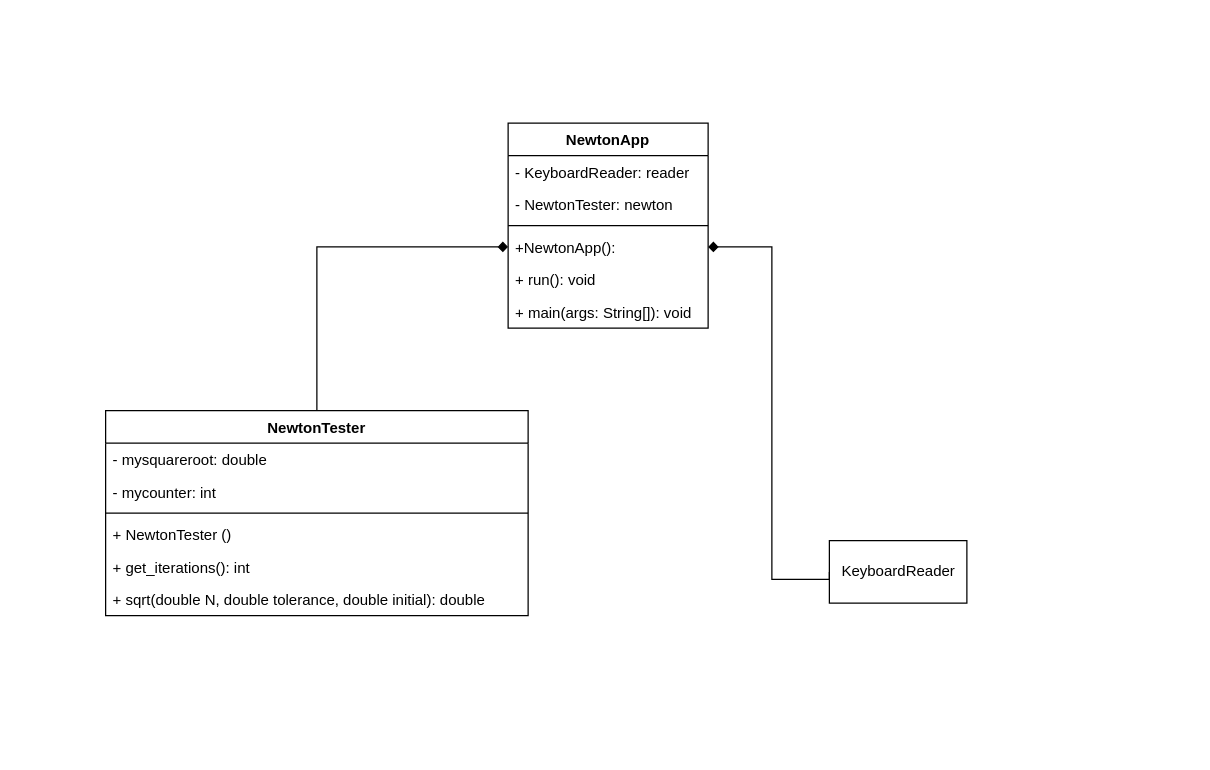
The draw.io diagram page "A3_NewtonApp" (5 of 10) of ENSF592.drawio in michaelah19/UMLDiagrams, before the edit. Source tidied: cells renumbered, new cells numbered last; positions are measured from the earlier drawing's top-left corner, leaving out a move shared by most shapes. Both pictures are drawn from the tidied source at 125%, with x=0, y=0 at pixel (105, 122).
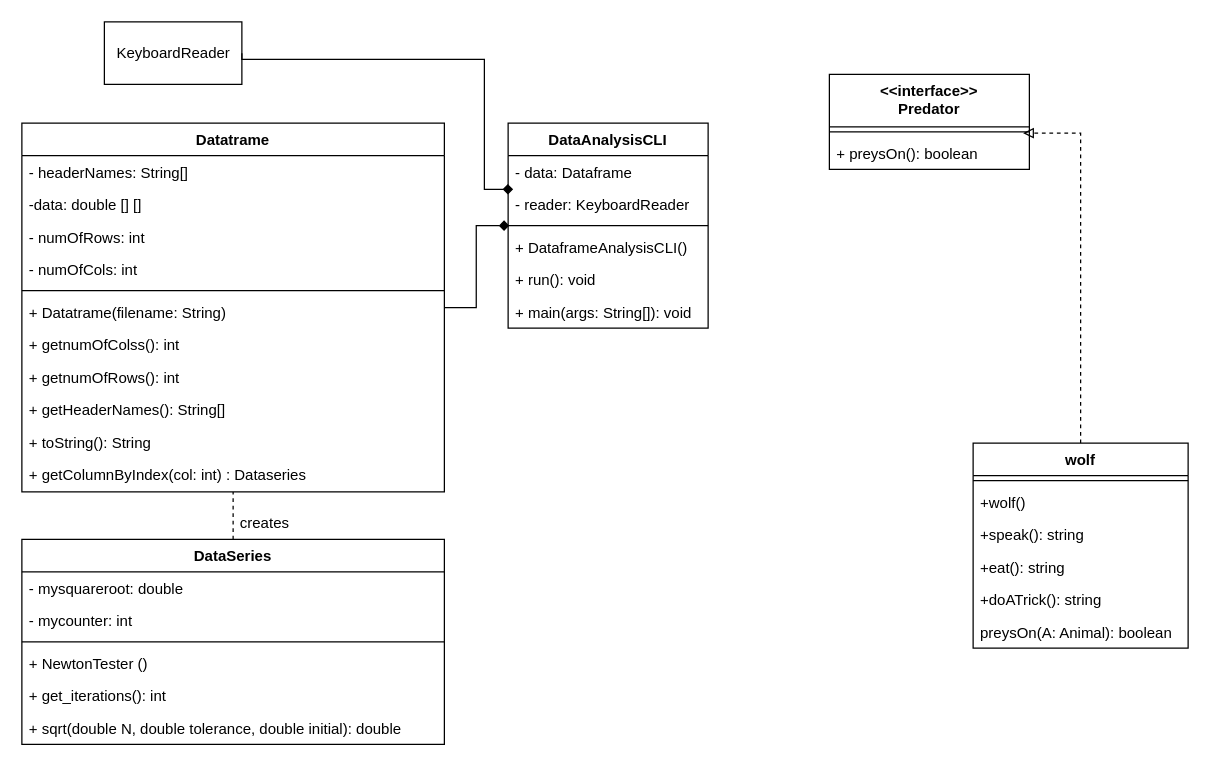
The same page after the edit.

The change refers to these unchanged cells:
```xml
<mxCell id="6" style="line;strokeWidth=1;fillColor=none;align=left;verticalAlign=middle;spacingTop=-1;spacingLeft=3;spacingRight=3;labelPosition=right;points=[];portConstraint=eastwest;" parent="3" vertex="1">
  <mxGeometry y="78" width="160" height="8" as="geometry" />
</mxCell>
```

What changed in the source:
```diff
@@
-    <mxCell id="2" value="KeyboardReader" style="html=1;" parent="1" vertex="1">
-      <mxGeometry x="579" y="334" width="110" height="50" as="geometry" />
+    <mxCell id="2" value="KeyboardReader" style="html=1;direction=west;" parent="1" vertex="1">
+      <mxGeometry x="-1" y="-81" width="110" height="50" as="geometry" />
     </mxCell>
-    <mxCell id="3" value="NewtonApp" style="swimlane;fontStyle=1;align=center;verticalAlign=top;horizontal=1;startSize=26;" parent="1" vertex="1">
+    <mxCell id="3" value="DataAnalysisCLI" style="swimlane;fontStyle=1;align=center;verticalAlign=top;horizontal=1;startSize=26;" parent="1" vertex="1">
       <mxGeometry x="322" width="160" height="164" as="geometry" />
     </mxCell>
-    <mxCell id="4" value="- KeyboardReader: reader&#10;" style="text;strokeColor=none;fillColor=none;align=left;verticalAlign=top;spacingLeft=4;spacingRight=4;overflow=hidden;" parent="3" vertex="1">
+    <mxCell id="4" value="- data: Dataframe" style="text;strokeColor=none;fillColor=none;align=left;verticalAlign=top;spacingLeft=4;spacingRight=4;overflow=hidden;" parent="3" vertex="1">
       <mxGeometry y="26" width="160" height="26" as="geometry" />
     </mxCell>
-    <mxCell id="5" value="- NewtonTester: newton" style="text;strokeColor=none;fillColor=none;align=left;verticalAlign=top;spacingLeft=4;spacingRight=4;overflow=hidden;points=[[0,0.5],[1,0.5]];portConstraint=eastwest;" parent="3" vertex="1">
+    <mxCell id="5" value="- reader: KeyboardReader" style="text;strokeColor=none;fillColor=none;align=left;verticalAlign=top;spacingLeft=4;spacingRight=4;overflow=hidden;points=[[0,0.5],[1,0.5]];portConstraint=eastwest;" parent="3" vertex="1">
       <mxGeometry y="52" width="160" height="26" as="geometry" />
     </mxCell>
@@
-    <mxCell id="7" value="+NewtonApp():&#10;" style="text;strokeColor=none;fillColor=none;align=left;verticalAlign=top;spacingLeft=4;spacingRight=4;overflow=hidden;points=[[0,0.5],[1,0.5]];portConstraint=eastwest;fontStyle=0;" parent="3" vertex="1">
+    <mxCell id="7" value="+ DataframeAnalysisCLI()" style="text;strokeColor=none;fillColor=none;align=left;verticalAlign=top;spacingLeft=4;spacingRight=4;overflow=hidden;points=[[0,0.5],[1,0.5]];portConstraint=eastwest;fontStyle=0;" parent="3" vertex="1">
       <mxGeometry y="86" width="160" height="26" as="geometry" />
     </mxCell>
@@
-    <mxCell id="10" value="NewtonTester" style="swimlane;fontStyle=1;align=center;verticalAlign=top;horizontal=1;startSize=26;" parent="1" vertex="1">
-      <mxGeometry y="230" width="338" height="164" as="geometry" />
+    <mxCell id="10" value="Datatrame" style="swimlane;fontStyle=1;align=center;verticalAlign=top;horizontal=1;startSize=26;" parent="1" vertex="1">
+      <mxGeometry x="-67" width="338" height="295" as="geometry" />
     </mxCell>
-    <mxCell id="11" value="- mysquareroot: double" style="text;strokeColor=none;fillColor=none;align=left;verticalAlign=top;spacingLeft=4;spacingRight=4;overflow=hidden;" parent="10" vertex="1">
+    <mxCell id="11" value="- headerNames: String[]" style="text;strokeColor=none;fillColor=none;align=left;verticalAlign=top;spacingLeft=4;spacingRight=4;overflow=hidden;" parent="10" vertex="1">
       <mxGeometry y="26" width="338" height="26" as="geometry" />
     </mxCell>
+    <mxCell id="19" value="-data: double [] []" style="text;strokeColor=none;fillColor=none;align=left;verticalAlign=top;spacingLeft=4;spacingRight=4;overflow=hidden;" parent="10" vertex="1">
+      <mxGeometry y="52" width="338" height="26" as="geometry" />
+    </mxCell>
+    <mxCell id="20" value="- numOfRows: int" style="text;strokeColor=none;fillColor=none;align=left;verticalAlign=top;spacingLeft=4;spacingRight=4;overflow=hidden;" parent="10" vertex="1">
+      <mxGeometry y="78" width="338" height="26" as="geometry" />
+    </mxCell>
-    <mxCell id="12" value="- mycounter: int" style="text;strokeColor=none;fillColor=none;align=left;verticalAlign=top;spacingLeft=4;spacingRight=4;overflow=hidden;" parent="10" vertex="1">
-      <mxGeometry y="52" width="338" height="26" as="geometry" />
+    <mxCell id="12" value="- numOfCols: int" style="text;strokeColor=none;fillColor=none;align=left;verticalAlign=top;spacingLeft=4;spacingRight=4;overflow=hidden;" parent="10" vertex="1">
+      <mxGeometry y="104" width="338" height="26" as="geometry" />
     </mxCell>
     <mxCell id="13" style="line;strokeWidth=1;fillColor=none;align=left;verticalAlign=middle;spacingTop=-1;spacingLeft=3;spacingRight=3;labelPosition=right;" parent="10" vertex="1">
-      <mxGeometry y="78" width="338" height="8" as="geometry" />
+      <mxGeometry y="130" width="338" height="8" as="geometry" />
     </mxCell>
-    <mxCell id="14" value="+ NewtonTester ()" style="text;strokeColor=none;fillColor=none;align=left;verticalAlign=top;spacingLeft=4;spacingRight=4;overflow=hidden;" parent="10" vertex="1">
-      <mxGeometry y="86" width="338" height="26" as="geometry" />
+    <mxCell id="14" value="+ Datatrame(filename: String)" style="text;strokeColor=none;fillColor=none;align=left;verticalAlign=top;spacingLeft=4;spacingRight=4;overflow=hidden;" parent="10" vertex="1">
+      <mxGeometry y="138" width="338" height="26" as="geometry" />
     </mxCell>
+    <mxCell id="21" value="+ getnumOfColss(): int" style="text;strokeColor=none;fillColor=none;align=left;verticalAlign=top;spacingLeft=4;spacingRight=4;overflow=hidden;" parent="10" vertex="1">
+      <mxGeometry y="164" width="338" height="26" as="geometry" />
+    </mxCell>
-    <mxCell id="15" value="+ get_iterations(): int" style="text;strokeColor=none;fillColor=none;align=left;verticalAlign=top;spacingLeft=4;spacingRight=4;overflow=hidden;" parent="10" vertex="1">
-      <mxGeometry y="112" width="338" height="26" as="geometry" />
+    <mxCell id="15" value="+ getnumOfRows(): int" style="text;strokeColor=none;fillColor=none;align=left;verticalAlign=top;spacingLeft=4;spacingRight=4;overflow=hidden;" parent="10" vertex="1">
+      <mxGeometry y="190" width="338" height="26" as="geometry" />
     </mxCell>
-    <mxCell id="16" value="+ sqrt(double N, double tolerance, double initial): double" style="text;strokeColor=none;fillColor=none;align=left;verticalAlign=top;spacingLeft=4;spacingRight=4;overflow=hidden;" parent="10" vertex="1">
-      <mxGeometry y="138" width="338" height="26" as="geometry" />
+    <mxCell id="16" value="+ getHeaderNames(): String[]" style="text;strokeColor=none;fillColor=none;align=left;verticalAlign=top;spacingLeft=4;spacingRight=4;overflow=hidden;" parent="10" vertex="1">
+      <mxGeometry y="216" width="338" height="26" as="geometry" />
     </mxCell>
+    <mxCell id="22" value="+ toString(): String&#10;" style="text;strokeColor=none;fillColor=none;align=left;verticalAlign=top;spacingLeft=4;spacingRight=4;overflow=hidden;" parent="10" vertex="1">
+      <mxGeometry y="242" width="338" height="26" as="geometry" />
+    </mxCell>
+    <mxCell id="23" value="+ getColumnByIndex(col: int) : Dataseries" style="text;strokeColor=none;fillColor=none;align=left;verticalAlign=top;spacingLeft=4;spacingRight=4;overflow=hidden;points=[[0,0.5],[1,0.5]];portConstraint=eastwest;" parent="10" vertex="1">
+      <mxGeometry y="268" width="338" height="27" as="geometry" />
+    </mxCell>
-    <mxCell id="17" style="edgeStyle=orthogonalEdgeStyle;rounded=0;jettySize=auto;html=1;entryX=0;entryY=0.5;entryDx=0;entryDy=0;endArrow=none;endFill=0;startArrow=diamond;startFill=1;exitX=1;exitY=0.5;exitDx=0;exitDy=0;" parent="1" edge="1" source="7" target="2">
+    <mxCell id="17" style="edgeStyle=orthogonalEdgeStyle;rounded=0;jettySize=auto;html=1;entryX=0;entryY=0.5;entryDx=0;entryDy=0;endArrow=none;endFill=0;startArrow=diamond;startFill=1;exitX=0.025;exitY=0.038;exitDx=0;exitDy=0;exitPerimeter=0;" parent="1" edge="1" source="5" target="2">
       <mxGeometry relative="1" as="geometry">
         <Array as="points">
-          <mxPoint x="533" y="99" />
-          <mxPoint x="533" y="365" />
+          <mxPoint x="303" y="53" />
+          <mxPoint x="303" y="-51" />
+          <mxPoint x="109" y="-51" />
         </Array>
       </mxGeometry>
     </mxCell>
-    <mxCell id="18" style="edgeStyle=orthogonalEdgeStyle;rounded=0;jettySize=auto;html=1;startArrow=diamond;startFill=1;endArrow=none;endFill=0;" parent="1" edge="1" source="7" target="10">
+    <mxCell id="18" style="edgeStyle=orthogonalEdgeStyle;rounded=0;jettySize=auto;html=1;startArrow=diamond;startFill=1;endArrow=none;endFill=0;exitX=0.006;exitY=0.5;exitDx=0;exitDy=0;exitPerimeter=0;" parent="1" edge="1" source="6" target="10">
       <mxGeometry relative="1" as="geometry" />
     </mxCell>
+    <mxCell id="24" style="edgeStyle=none;rounded=0;jettySize=auto;html=1;exitX=0.5;exitY=0;exitDx=0;exitDy=0;endArrow=none;endFill=0;dashed=1;" parent="1" edge="1" source="25" target="23">
+      <mxGeometry relative="1" as="geometry" />
+    </mxCell>
+    <mxCell id="25" value="DataSeries" style="swimlane;fontStyle=1;align=center;verticalAlign=top;horizontal=1;startSize=26;" parent="1" vertex="1">
+      <mxGeometry x="-67" y="333" width="338" height="164" as="geometry" />
+    </mxCell>
+    <mxCell id="26" value="- mysquareroot: double" style="text;strokeColor=none;fillColor=none;align=left;verticalAlign=top;spacingLeft=4;spacingRight=4;overflow=hidden;" parent="25" vertex="1">
+      <mxGeometry y="26" width="338" height="26" as="geometry" />
+    </mxCell>
+    <mxCell id="27" value="- mycounter: int" style="text;strokeColor=none;fillColor=none;align=left;verticalAlign=top;spacingLeft=4;spacingRight=4;overflow=hidden;" parent="25" vertex="1">
+      <mxGeometry y="52" width="338" height="26" as="geometry" />
+    </mxCell>
+    <mxCell id="28" style="line;strokeWidth=1;fillColor=none;align=left;verticalAlign=middle;spacingTop=-1;spacingLeft=3;spacingRight=3;labelPosition=right;" parent="25" vertex="1">
+      <mxGeometry y="78" width="338" height="8" as="geometry" />
+    </mxCell>
+    <mxCell id="29" value="+ NewtonTester ()" style="text;strokeColor=none;fillColor=none;align=left;verticalAlign=top;spacingLeft=4;spacingRight=4;overflow=hidden;" parent="25" vertex="1">
+      <mxGeometry y="86" width="338" height="26" as="geometry" />
+    </mxCell>
+    <mxCell id="30" value="+ get_iterations(): int" style="text;strokeColor=none;fillColor=none;align=left;verticalAlign=top;spacingLeft=4;spacingRight=4;overflow=hidden;" parent="25" vertex="1">
+      <mxGeometry y="112" width="338" height="26" as="geometry" />
+    </mxCell>
+    <mxCell id="31" value="+ sqrt(double N, double tolerance, double initial): double" style="text;strokeColor=none;fillColor=none;align=left;verticalAlign=top;spacingLeft=4;spacingRight=4;overflow=hidden;" parent="25" vertex="1">
+      <mxGeometry y="138" width="338" height="26" as="geometry" />
+    </mxCell>
+    <mxCell id="32" value="creates" style="text;html=1;align=center;verticalAlign=middle;strokeColor=none;" parent="1" vertex="1">
+      <mxGeometry x="102" y="311" width="49" height="18" as="geometry" />
+    </mxCell>
+    <mxCell id="33" value="&lt;&lt;interface&gt;&gt;&#10;Predator&#10;" style="swimlane;fontStyle=1;align=center;verticalAlign=top;horizontal=1;startSize=42;" parent="1" vertex="1">
+      <mxGeometry x="579" y="-39" width="160" height="76" as="geometry" />
+    </mxCell>
+    <mxCell id="34" style="line;strokeWidth=1;fillColor=none;align=left;verticalAlign=middle;spacingTop=-1;spacingLeft=3;spacingRight=3;labelPosition=right;points=[];portConstraint=eastwest;" parent="33" vertex="1">
+      <mxGeometry y="42" width="160" height="8" as="geometry" />
+    </mxCell>
+    <mxCell id="35" value="+ preysOn(): boolean" style="text;strokeColor=none;fillColor=none;align=left;verticalAlign=top;spacingLeft=4;spacingRight=4;overflow=hidden;" parent="33" vertex="1">
+      <mxGeometry y="50" width="160" height="26" as="geometry" />
+    </mxCell>
+    <mxCell id="36" style="edgeStyle=orthogonalEdgeStyle;rounded=0;jettySize=auto;html=1;exitX=0.5;exitY=0;exitDx=0;exitDy=0;entryX=0.969;entryY=0.625;entryDx=0;entryDy=0;entryPerimeter=0;dashed=1;endArrow=block;endFill=0;" parent="1" edge="1" source="37" target="34">
+      <mxGeometry relative="1" as="geometry" />
+    </mxCell>
+    <mxCell id="37" value="wolf" style="swimlane;fontStyle=1;align=center;verticalAlign=top;horizontal=1;startSize=26;" parent="1" vertex="1">
+      <mxGeometry x="694" y="256" width="172" height="164" as="geometry" />
+    </mxCell>
+    <mxCell id="38" style="line;strokeWidth=1;fillColor=none;align=left;verticalAlign=middle;spacingTop=-1;spacingLeft=3;spacingRight=3;labelPosition=right;" parent="37" vertex="1">
+      <mxGeometry y="26" width="172" height="8" as="geometry" />
+    </mxCell>
+    <mxCell id="39" value="+wolf()" style="text;strokeColor=none;fillColor=none;align=left;verticalAlign=top;spacingLeft=4;spacingRight=4;overflow=hidden;" parent="37" vertex="1">
+      <mxGeometry y="34" width="172" height="26" as="geometry" />
+    </mxCell>
+    <mxCell id="40" value="+speak(): string" style="text;strokeColor=none;fillColor=none;align=left;verticalAlign=top;spacingLeft=4;spacingRight=4;overflow=hidden;" parent="37" vertex="1">
+      <mxGeometry y="60" width="172" height="26" as="geometry" />
+    </mxCell>
+    <mxCell id="41" value="+eat(): string" style="text;strokeColor=none;fillColor=none;align=left;verticalAlign=top;spacingLeft=4;spacingRight=4;overflow=hidden;" parent="37" vertex="1">
+      <mxGeometry y="86" width="172" height="26" as="geometry" />
+    </mxCell>
+    <mxCell id="42" value="+doATrick(): string" style="text;strokeColor=none;fillColor=none;align=left;verticalAlign=top;spacingLeft=4;spacingRight=4;overflow=hidden;" parent="37" vertex="1">
+      <mxGeometry y="112" width="172" height="26" as="geometry" />
+    </mxCell>
+    <mxCell id="43" value="preysOn(A: Animal): boolean" style="text;strokeColor=none;fillColor=none;align=left;verticalAlign=top;spacingLeft=4;spacingRight=4;overflow=hidden;" parent="37" vertex="1">
+      <mxGeometry y="138" width="172" height="26" as="geometry" />
+    </mxCell>
```
